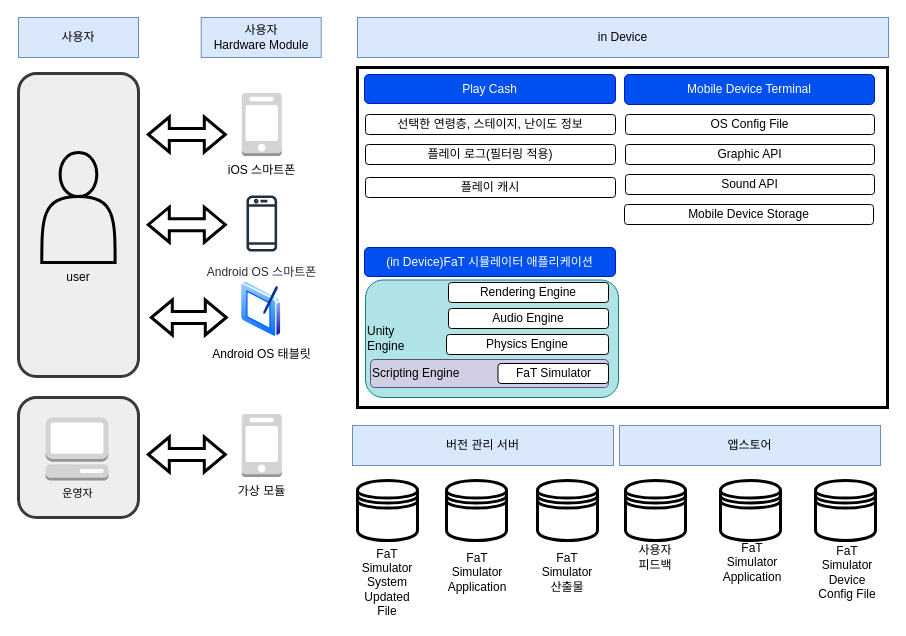
Before: page "Page-1" (1 of 7) of Copy of 시스템구조도.drawio in StrongCatWill/FaT, a draw.io diagram. Source tidied: cells renumbered, new cells numbered last; positions are measured from the earlier drawing's top-left corner, leaving out a move shared by most shapes. Both pictures are drawn from the tidied source at 100%, with x=0, y=0 at pixel (18, 17).
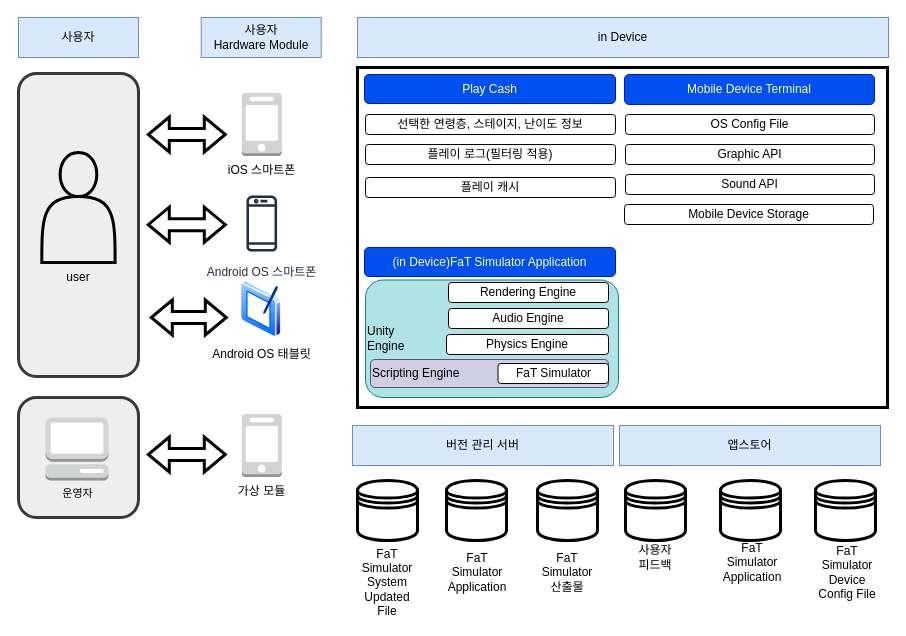
The same diagram, later.

Commit message:
Update Copy of 시스템구조도-시스템 배경도 :: FaT Simulator Application 용어 통일.drawio

Diff of the diagram source:
```diff
@@
-    <mxCell id="11" value="(in Device)FaT 시뮬레이터 애플리케이션" style="rounded=1;whiteSpace=wrap;html=1;fillColor=#0050ef;strokeColor=#001DBC;fontColor=#ffffff;" parent="1" vertex="1">
+    <mxCell id="11" value="(in Device)FaT Simulator Application" style="rounded=1;whiteSpace=wrap;html=1;fillColor=#0050ef;strokeColor=#001DBC;fontColor=#ffffff;" parent="1" vertex="1">
       <mxGeometry x="346" y="230" width="251" height="29" as="geometry" />
     </mxCell>
```
